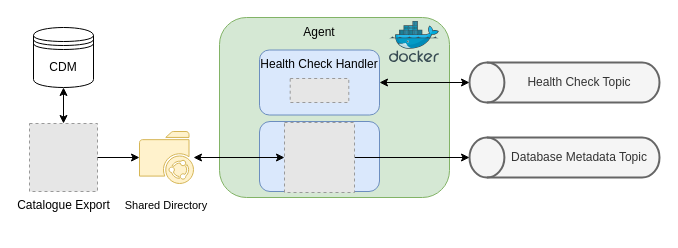
Before: figs/04-extraction-update/agent-architecture.drawio in aspedrosa/masters-thesis, a draw.io diagram. Source tidied: cells renumbered, new cells numbered last; positions are measured from the earlier drawing's top-left corner, leaving out a move shared by most shapes. Both pictures are drawn from the tidied source at 100%, with x=0, y=0 at pixel (29, 17). Pictures stored in the file or linked from it are replaced by grey dashed boxes.
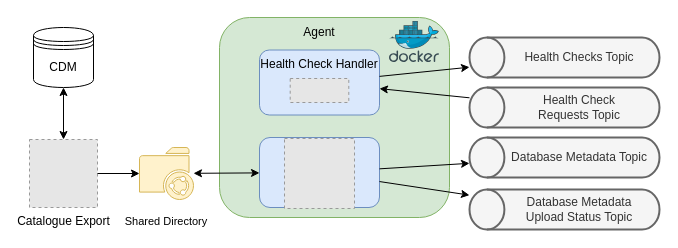
Above is the later version.

The change refers to these unchanged cells:
```xml
<mxCell id="4" value="&lt;font style=&quot;font-size: 12px&quot;&gt;Health Check Handler&lt;/font&gt;" style="rounded=1;whiteSpace=wrap;html=1;fillColor=#dae8fc;strokeColor=#6c8ebf;verticalAlign=top;" parent="1" vertex="1">
  <mxGeometry x="230" y="32.5" width="120" height="65" as="geometry" />
</mxCell>
<mxCell id="7" value="Database Metadata Topic" style="strokeWidth=2;html=1;shape=mxgraph.flowchart.direct_data;whiteSpace=wrap;direction=west;fillColor=#f5f5f5;strokeColor=#666666;fontColor=#333333;spacingLeft=30;" parent="1" vertex="1">
  <mxGeometry x="440" y="120" width="190" height="40" as="geometry" />
</mxCell>
```

The edit, as a diff of the source:
```diff
@@
-    <mxCell id="2" value="Health Check Topic" style="strokeWidth=2;html=1;shape=mxgraph.flowchart.direct_data;whiteSpace=wrap;direction=west;fillColor=#f5f5f5;strokeColor=#666666;fontColor=#333333;spacingLeft=30;" parent="1" vertex="1">
-      <mxGeometry x="440" y="45" width="190" height="40" as="geometry" />
+    <mxCell id="2" value="Health Checks Topic" style="strokeWidth=2;html=1;shape=mxgraph.flowchart.direct_data;whiteSpace=wrap;direction=west;fillColor=#f5f5f5;strokeColor=#666666;fontColor=#333333;spacingLeft=30;" parent="1" vertex="1">
+      <mxGeometry x="440" y="20" width="190" height="40" as="geometry" />
     </mxCell>
     <mxCell id="3" style="rounded=1;whiteSpace=wrap;html=1;fillColor=#d5e8d4;strokeColor=#82b366;" parent="1" vertex="1">
-      <mxGeometry x="190" width="230" height="180" as="geometry" />
+      <mxGeometry x="190" width="230" height="200" as="geometry" />
     </mxCell>
@@
-    <mxCell id="6" style="endArrow=classic;html=1;rounded=0;startArrow=classic;startFill=1;" parent="1" edge="1" source="4" target="2">
+    <mxCell id="6" style="endArrow=classic;html=1;rounded=0;startArrow=none;startFill=0;" parent="1" edge="1" source="4" target="2">
       <mxGeometry relative="1" as="geometry" />
     </mxCell>
@@
     <mxCell id="8" style="rounded=1;whiteSpace=wrap;html=1;fillColor=#dae8fc;strokeColor=#6c8ebf;verticalAlign=top;" parent="1" vertex="1">
-      <mxGeometry x="230" y="104" width="120" height="70" as="geometry" />
+      <mxGeometry x="230" y="120" width="120" height="70" as="geometry" />
     </mxCell>
-    <mxCell id="9" style="endArrow=classic;html=1;rounded=0;startArrow=classic;startFill=1;" parent="1" edge="1" source="16" target="11">
+    <mxCell id="9" style="endArrow=classic;html=1;rounded=0;startArrow=classic;startFill=1;" parent="1" edge="1" source="8" target="11">
       <mxGeometry relative="1" as="geometry" />
     </mxCell>
-    <mxCell id="10" style="endArrow=classic;html=1;rounded=0;" parent="1" edge="1" source="16" target="7">
+    <mxCell id="10" style="endArrow=classic;html=1;rounded=0;" parent="1" edge="1" source="8" target="7">
       <mxGeometry relative="1" as="geometry" />
     </mxCell>
     <mxCell id="11" style="sketch=0;shadow=0;dashed=0;html=1;strokeColor=#d6b656;fillColor=#fff2cc;labelPosition=center;verticalLabelPosition=bottom;verticalAlign=top;outlineConnect=0;align=center;shape=mxgraph.office.concepts.folder_shared;rounded=1;" parent="1" vertex="1">
-      <mxGeometry x="110" y="114" width="54" height="52" as="geometry" />
+      <mxGeometry x="110" y="130" width="54" height="52" as="geometry" />
     </mxCell>
     <mxCell id="12" value="Catalogue Export" style="fillColor=#E6E6E6;strokeColor=#999999;dashed=1;verticalAlign=top;verticalLabelPosition=bottom;labelBackgroundColor=none;html=1;" parent="1" vertex="1">
-      <mxGeometry y="106" width="68" height="68" as="geometry" />
+      <mxGeometry y="122" width="68" height="68" as="geometry" />
     </mxCell>
@@
     <mxCell id="16" style="fillColor=#E6E6E6;strokeColor=#999999;dashed=1;verticalLabelPosition=bottom;verticalAlign=top;" parent="1" vertex="1">
-      <mxGeometry x="255" y="105" width="70" height="70" as="geometry" />
+      <mxGeometry x="255" y="121" width="70" height="70" as="geometry" />
     </mxCell>
@@
     <mxCell id="19" value="&lt;span style=&quot;font-size: 11px;&quot;&gt;Shared Directory&lt;/span&gt;" style="text;html=1;strokeColor=none;fillColor=none;align=center;verticalAlign=middle;whiteSpace=wrap;rounded=0;horizontal=1;fontSize=11;" parent="1" vertex="1">
-      <mxGeometry x="87" y="180" width="100" height="16" as="geometry" />
+      <mxGeometry x="87" y="196" width="100" height="16" as="geometry" />
     </mxCell>
+    <mxCell id="20" value="Health Check&lt;br&gt;Requests Topic" style="strokeWidth=2;html=1;shape=mxgraph.flowchart.direct_data;whiteSpace=wrap;direction=west;fillColor=#f5f5f5;strokeColor=#666666;fontColor=#333333;spacingLeft=30;" parent="1" vertex="1">
+      <mxGeometry x="440" y="70" width="190" height="40" as="geometry" />
+    </mxCell>
+    <mxCell id="21" style="endArrow=none;html=1;rounded=0;startArrow=classic;startFill=1;endFill=0;" parent="1" edge="1" source="4" target="20">
+      <mxGeometry relative="1" as="geometry" />
+    </mxCell>
+    <mxCell id="22" value="Database Metadata&lt;br&gt;Upload Status Topic" style="strokeWidth=2;html=1;shape=mxgraph.flowchart.direct_data;whiteSpace=wrap;direction=west;fillColor=#f5f5f5;strokeColor=#666666;fontColor=#333333;spacingLeft=30;" parent="1" vertex="1">
+      <mxGeometry x="440" y="172" width="190" height="40" as="geometry" />
+    </mxCell>
+    <mxCell id="23" style="endArrow=classic;html=1;rounded=0;" parent="1" edge="1" source="8" target="22">
+      <mxGeometry relative="1" as="geometry" />
+    </mxCell>
```
